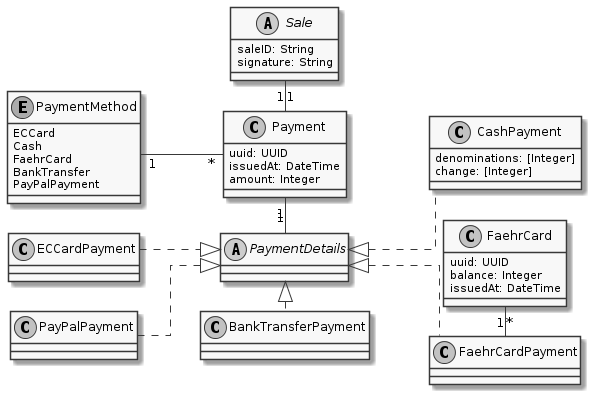
Above: img/class_payments.png in FerryTix/diagrams (PlantUML), before the change. Source of this version:
```plantuml
@startuml
skinparam linetype ortho
left to right direction
skinparam nodesep 30
skinparam monochrome true

abstract class PaymentDetails

class FaehrCardPayment {
}
FaehrCardPayment ..up|> PaymentDetails
FaehrCardPayment "*" -left- "1" FaehrCard

class CashPayment {
    denominations: [Integer]
    change: [Integer]
}

CashPayment ..up|> PaymentDetails

class ECCardPayment {

}

ECCardPayment ..|> PaymentDetails

class BankTransferPayment {

}

BankTransferPayment .up|> PaymentDetails

class PayPalPayment {

}

PayPalPayment ..|> PaymentDetails

class Payment {
    uuid: UUID
    issuedAt: DateTime
    amount: Integer
}

enum PaymentMethod {
    ECCard
    Cash
    FaehrCard
    BankTransfer
    PayPalPayment
}

PaymentMethod "1" -- "*" Payment
Payment "1" - "1" PaymentDetails

abstract class Sale {
    saleID: String
    signature: String
}

Sale "1" - "1" Payment


class FaehrCard {
    uuid: UUID
    balance: Integer
    issuedAt: DateTime
}



@enduml
```
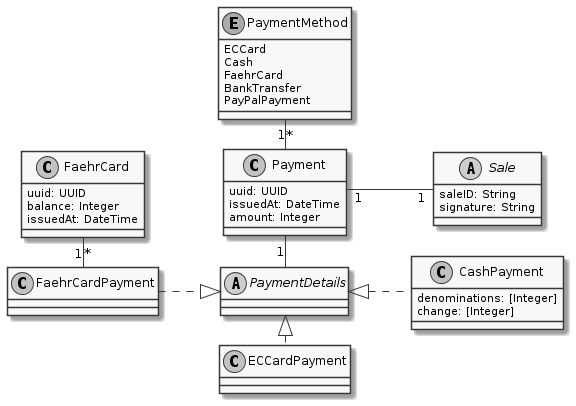
Later version of the same file.

Commit message:
remove unused payment methods

The edit, as a diff of the source:
```diff
@@ -8,7 +8,7 @@
 
 class FaehrCardPayment {
 }
-FaehrCardPayment ..up|> PaymentDetails
+FaehrCardPayment ..|> PaymentDetails
 FaehrCardPayment "*" -left- "1" FaehrCard
 
 class CashPayment {
@@ -22,19 +22,7 @@
 
 }
 
-ECCardPayment ..|> PaymentDetails
-
-class BankTransferPayment {
-
-}
-
-BankTransferPayment .up|> PaymentDetails
-
-class PayPalPayment {
-
-}
-
-PayPalPayment ..|> PaymentDetails
+ECCardPayment .up|> PaymentDetails
 
 class Payment {
     uuid: UUID
@@ -50,7 +38,7 @@
     PayPalPayment
 }
 
-PaymentMethod "1" -- "*" Payment
+PaymentMethod "1" - "*" Payment
 Payment "1" - "1" PaymentDetails
 
 abstract class Sale {
@@ -58,7 +46,7 @@
     signature: String
 }
 
-Sale "1" - "1" Payment
+Sale "1" -up- "1" Payment
 
 
 class FaehrCard {
@@ -68,5 +56,4 @@
 }
 
 
-
 @enduml
```
